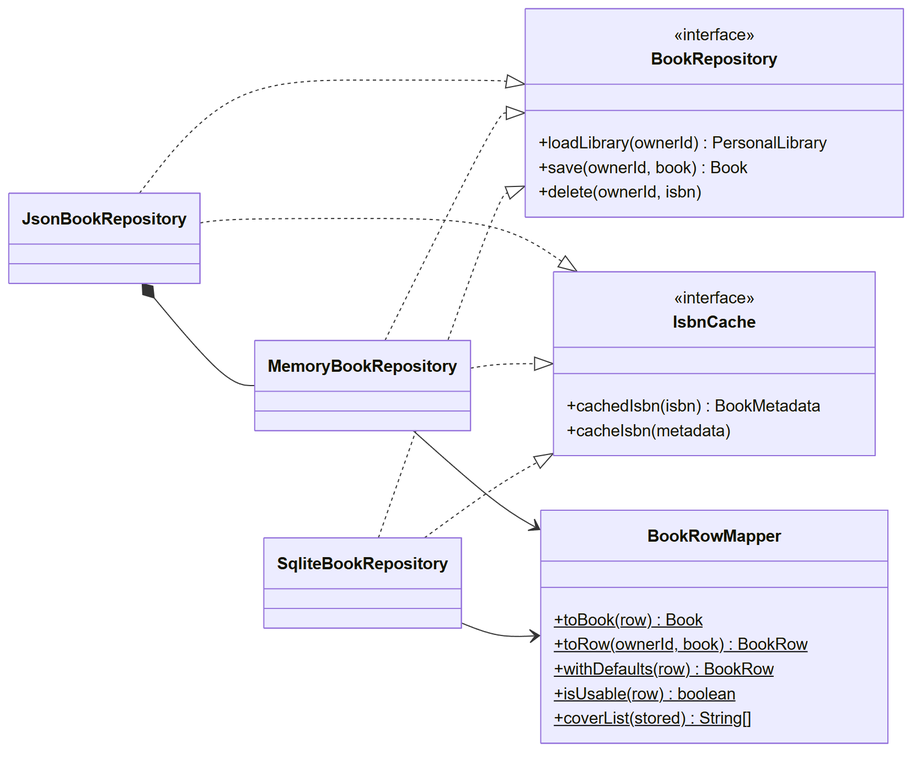
ghechavarria/cen5064-project-hechavarria keeps this Mermaid diagram as docs/design/figures/iface-data.png. Above is the earlier version. Its source is kept beside it as docs/design/diagrams/iface-data.mmd.
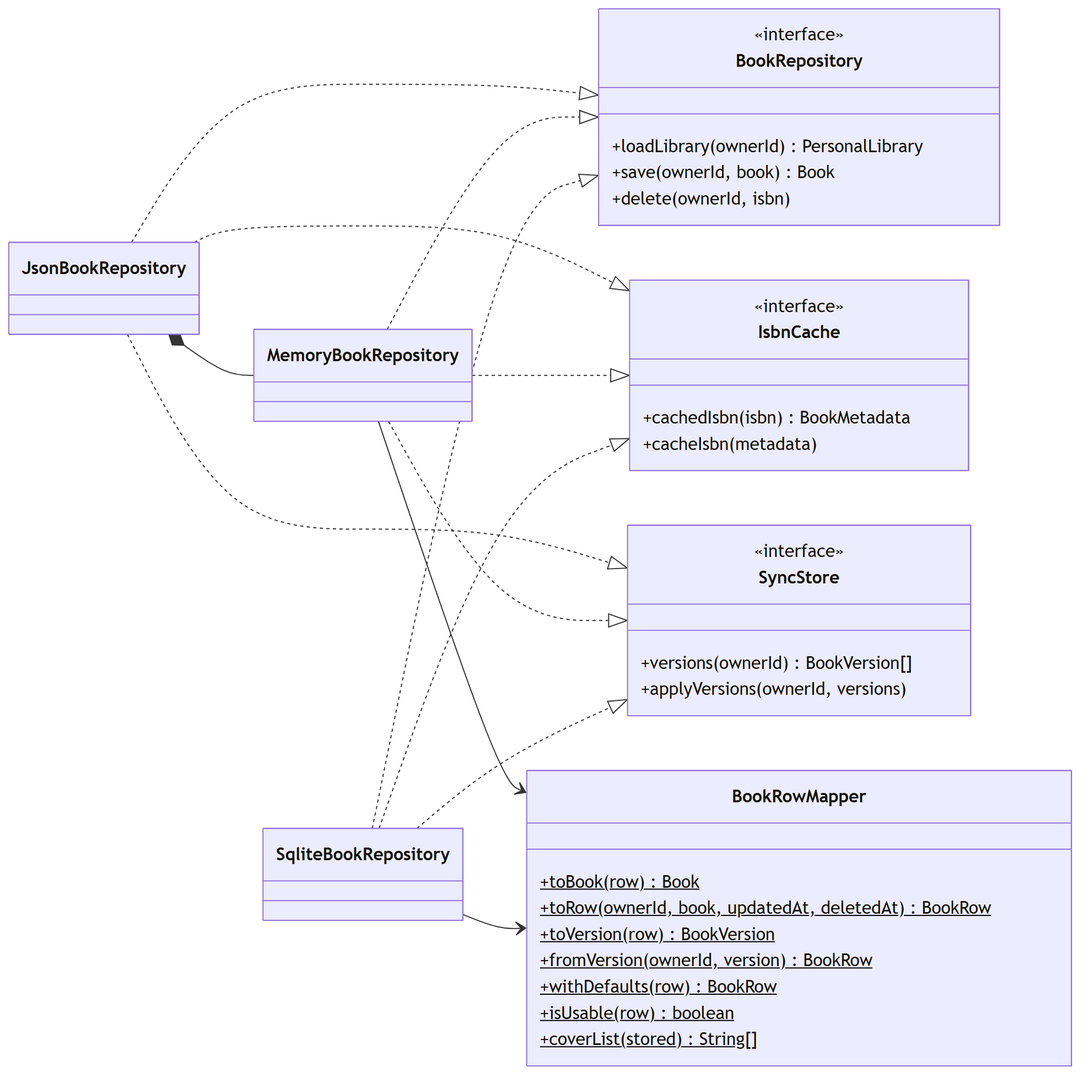
Above is the later version.

What changed in the source:
```diff
@@ -11,9 +11,16 @@
         +cachedIsbn(isbn) BookMetadata
         +cacheIsbn(metadata)
     }
+    class SyncStore {
+        <<interface>>
+        +versions(ownerId) BookVersion[]
+        +applyVersions(ownerId, versions)
+    }
     class BookRowMapper {
         +toBook(row)$ Book
-        +toRow(ownerId, book)$ BookRow
+        +toRow(ownerId, book, updatedAt, deletedAt)$ BookRow
+        +toVersion(row)$ BookVersion
+        +fromVersion(ownerId, version)$ BookRow
         +withDefaults(row)$ BookRow
         +isUsable(row)$ boolean
         +coverList(stored)$ String[]
@@ -24,6 +31,9 @@
     SqliteBookRepository ..|> IsbnCache
     MemoryBookRepository ..|> IsbnCache
     JsonBookRepository ..|> IsbnCache
+    SqliteBookRepository ..|> SyncStore
+    MemoryBookRepository ..|> SyncStore
+    JsonBookRepository ..|> SyncStore
     JsonBookRepository *-- MemoryBookRepository
     SqliteBookRepository --> BookRowMapper
     MemoryBookRepository --> BookRowMapper
```
